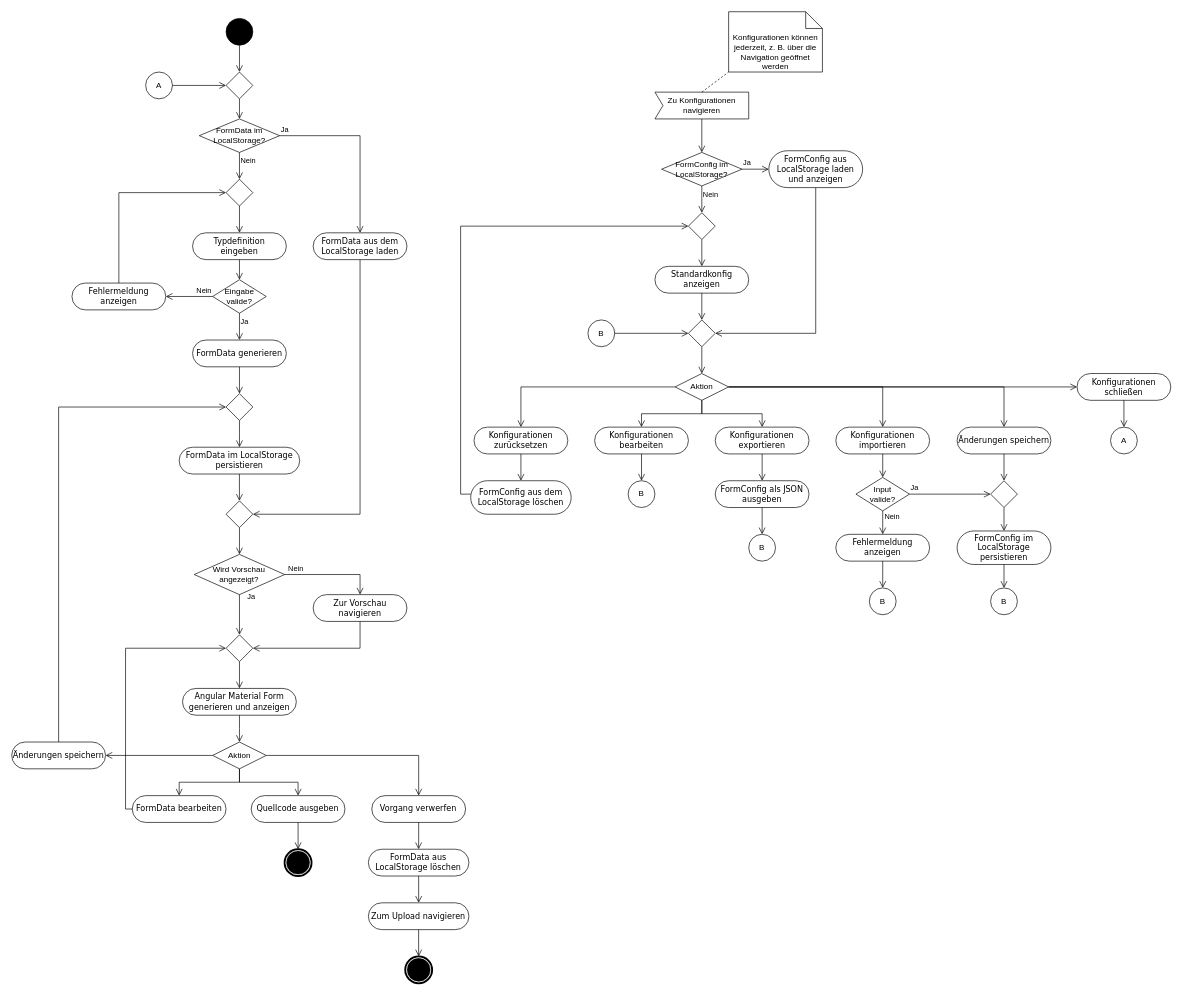
IfSince/form-generator keeps this draw.io diagram as diagrams/activity-diagram/Aktivitätsdiagramm.drawio. Above is the earlier version. Source tidied: cells renumbered, new cells numbered last; positions are measured from the earlier drawing's top-left corner, leaving out a move shared by most shapes. Both pictures are drawn from the tidied source at 67%, with x=0, y=0 at pixel (11, 11).
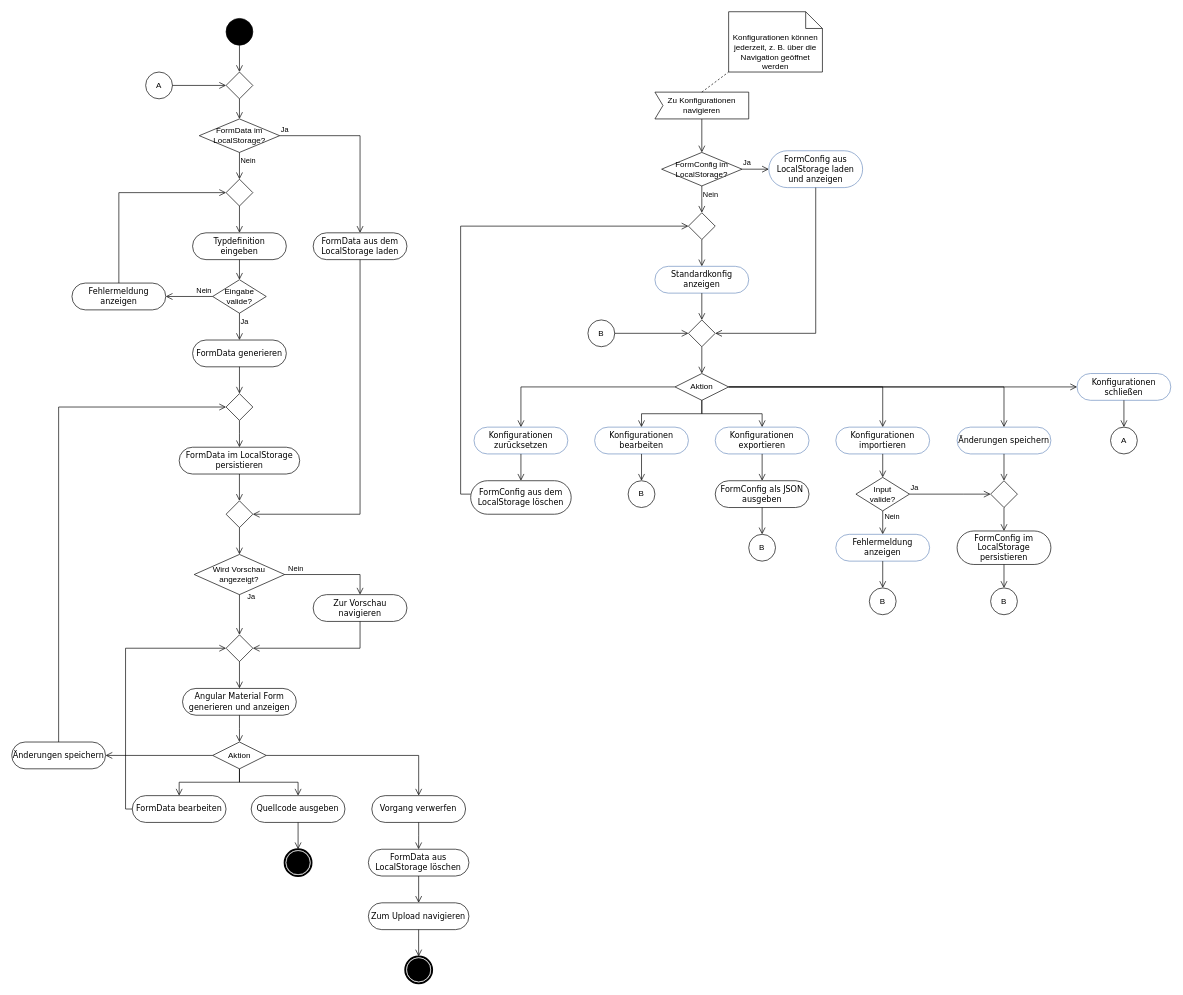
The same diagram, later.

Change to the diagram source:
```diff
@@
-    <mxCell id="38" value="FormConfig aus&lt;div&gt;LocalStorage laden und anzeigen&lt;/div&gt;" style="rounded=1;whiteSpace=wrap;html=1;shadow=0;comic=0;labelBackgroundColor=none;strokeWidth=1;fontFamily=Verdana;fontSize=12;align=center;arcSize=50;" parent="1" vertex="1">
+    <mxCell id="38" value="FormConfig aus&lt;div&gt;LocalStorage laden und anzeigen&lt;/div&gt;" style="rounded=1;whiteSpace=wrap;html=1;shadow=0;comic=0;labelBackgroundColor=none;strokeWidth=1;fontFamily=Verdana;fontSize=12;align=center;arcSize=50;fillColor=default;strokeColor=#6c8ebf;" parent="1" vertex="1">
       <mxGeometry x="1130" y="207.5" width="140" height="55" as="geometry" />
     </mxCell>
@@
-    <mxCell id="64" value="Standardkonfig&lt;div&gt;anzeigen&lt;/div&gt;" style="rounded=1;whiteSpace=wrap;html=1;shadow=0;comic=0;labelBackgroundColor=none;strokeWidth=1;fontFamily=Verdana;fontSize=12;align=center;arcSize=50;" parent="1" vertex="1">
+    <mxCell id="64" value="Standardkonfig&lt;div&gt;anzeigen&lt;/div&gt;" style="rounded=1;whiteSpace=wrap;html=1;shadow=0;comic=0;labelBackgroundColor=none;strokeWidth=1;fontFamily=Verdana;fontSize=12;align=center;arcSize=50;fillColor=default;strokeColor=#6c8ebf;" parent="1" vertex="1">
       <mxGeometry x="960" y="380" width="140" height="40" as="geometry" />
     </mxCell>
@@
-    <mxCell id="67" value="Konfigurationen exportieren" style="rounded=1;whiteSpace=wrap;html=1;shadow=0;comic=0;labelBackgroundColor=none;strokeWidth=1;fontFamily=Verdana;fontSize=12;align=center;arcSize=50;" parent="1" vertex="1">
+    <mxCell id="67" value="Konfigurationen exportieren" style="rounded=1;whiteSpace=wrap;html=1;shadow=0;comic=0;labelBackgroundColor=none;strokeWidth=1;fontFamily=Verdana;fontSize=12;align=center;arcSize=50;fillColor=default;strokeColor=#6c8ebf;" parent="1" vertex="1">
       <mxGeometry x="1050" y="620" width="140" height="40" as="geometry" />
     </mxCell>
@@
-    <mxCell id="69" value="Konfigurationen importieren" style="rounded=1;whiteSpace=wrap;html=1;shadow=0;comic=0;labelBackgroundColor=none;strokeWidth=1;fontFamily=Verdana;fontSize=12;align=center;arcSize=50;" parent="1" vertex="1">
+    <mxCell id="69" value="Konfigurationen importieren" style="rounded=1;whiteSpace=wrap;html=1;shadow=0;comic=0;labelBackgroundColor=none;strokeWidth=1;fontFamily=Verdana;fontSize=12;align=center;arcSize=50;fillColor=default;strokeColor=#6c8ebf;" parent="1" vertex="1">
       <mxGeometry x="1230" y="620" width="140" height="40" as="geometry" />
     </mxCell>
@@
-    <mxCell id="72" value="Fehlermeldung anzeigen" style="rounded=1;whiteSpace=wrap;html=1;shadow=0;comic=0;labelBackgroundColor=none;strokeWidth=1;fontFamily=Verdana;fontSize=12;align=center;arcSize=50;" parent="1" vertex="1">
+    <mxCell id="72" value="Fehlermeldung anzeigen" style="rounded=1;whiteSpace=wrap;html=1;shadow=0;comic=0;labelBackgroundColor=none;strokeWidth=1;fontFamily=Verdana;fontSize=12;align=center;arcSize=50;fillColor=default;strokeColor=#6c8ebf;" parent="1" vertex="1">
       <mxGeometry x="1230" y="780" width="140" height="40" as="geometry" />
     </mxCell>
@@
-    <mxCell id="76" value="Änderungen speichern" style="rounded=1;whiteSpace=wrap;html=1;shadow=0;comic=0;labelBackgroundColor=none;strokeWidth=1;fontFamily=Verdana;fontSize=12;align=center;arcSize=50;" parent="1" vertex="1">
+    <mxCell id="76" value="Änderungen speichern" style="rounded=1;whiteSpace=wrap;html=1;shadow=0;comic=0;labelBackgroundColor=none;strokeWidth=1;fontFamily=Verdana;fontSize=12;align=center;arcSize=50;fillColor=default;strokeColor=#6c8ebf;" parent="1" vertex="1">
       <mxGeometry x="1411" y="620" width="140" height="40" as="geometry" />
     </mxCell>
-    <mxCell id="77" value="Konfigurationen bearbeiten" style="rounded=1;whiteSpace=wrap;html=1;shadow=0;comic=0;labelBackgroundColor=none;strokeWidth=1;fontFamily=Verdana;fontSize=12;align=center;arcSize=50;" parent="1" vertex="1">
+    <mxCell id="77" value="Konfigurationen bearbeiten" style="rounded=1;whiteSpace=wrap;html=1;shadow=0;comic=0;labelBackgroundColor=none;strokeWidth=1;fontFamily=Verdana;fontSize=12;align=center;arcSize=50;fillColor=default;strokeColor=#6c8ebf;" parent="1" vertex="1">
       <mxGeometry x="870" y="620" width="140" height="40" as="geometry" />
     </mxCell>
@@
-    <mxCell id="90" value="Konfigurationen zurücksetzen" style="rounded=1;whiteSpace=wrap;html=1;shadow=0;comic=0;labelBackgroundColor=none;strokeWidth=1;fontFamily=Verdana;fontSize=12;align=center;arcSize=50;" parent="1" vertex="1">
+    <mxCell id="90" value="Konfigurationen zurücksetzen" style="rounded=1;whiteSpace=wrap;html=1;shadow=0;comic=0;labelBackgroundColor=none;strokeWidth=1;fontFamily=Verdana;fontSize=12;align=center;arcSize=50;fillColor=default;strokeColor=#6c8ebf;" parent="1" vertex="1">
       <mxGeometry x="690" y="620" width="140" height="40" as="geometry" />
     </mxCell>
@@
-    <mxCell id="99" value="Konfigurationen schließen" style="rounded=1;whiteSpace=wrap;html=1;shadow=0;comic=0;labelBackgroundColor=none;strokeWidth=1;fontFamily=Verdana;fontSize=12;align=center;arcSize=50;" parent="1" vertex="1">
+    <mxCell id="99" value="Konfigurationen schließen" style="rounded=1;whiteSpace=wrap;html=1;shadow=0;comic=0;labelBackgroundColor=none;strokeWidth=1;fontFamily=Verdana;fontSize=12;align=center;arcSize=50;fillColor=default;strokeColor=#6c8ebf;" parent="1" vertex="1">
       <mxGeometry x="1590" y="540" width="140" height="40" as="geometry" />
     </mxCell>
```
